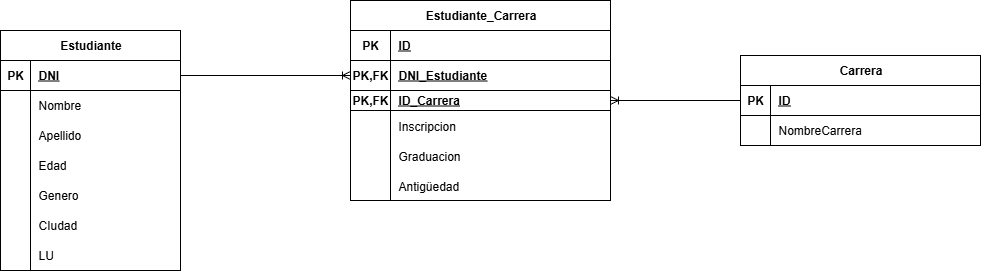
Above: Diagrama.png in neksst/PracticoJPA (draw.io), before the change. Source tidied: cells renumbered, new cells last; positions are measured from the earlier drawing's top-left corner, leaving out a move shared by most shapes.
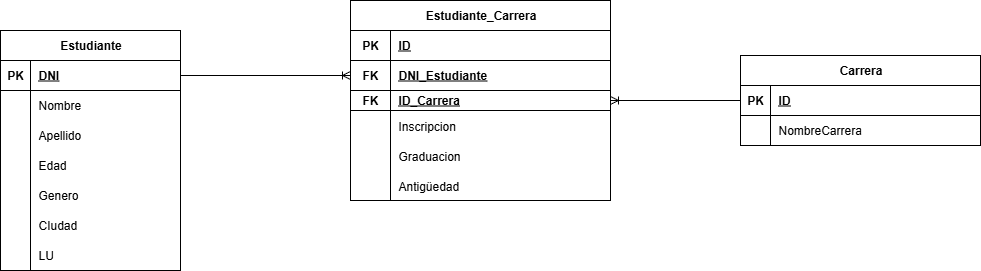
The same diagram one commit later.

The edit, as a diff of the source:
```diff
@@ -104,7 +104,7 @@
     <mxCell id="35" style="shape=tableRow;horizontal=0;startSize=0;swimlaneHead=0;swimlaneBody=0;fillColor=none;points=[[0,0.5],[1,0.5]];portConstraint=eastwest;top=0;left=0;right=0;bottom=1;" parent="31" vertex="1">
       <mxGeometry y="60" width="260" height="30" as="geometry" />
     </mxCell>
-    <mxCell id="36" value="PK,FK" style="shape=partialRectangle;fillColor=none;top=0;left=0;bottom=0;right=0;fontStyle=1;overflow=hidden;whiteSpace=wrap;html=1;" parent="35" vertex="1">
+    <mxCell id="36" value="FK" style="shape=partialRectangle;fillColor=none;top=0;left=0;bottom=0;right=0;fontStyle=1;overflow=hidden;whiteSpace=wrap;html=1;" parent="35" vertex="1">
       <mxGeometry width="40" height="30" as="geometry" />
     </mxCell>
     <mxCell id="37" value="DNI_Estudiante" style="shape=partialRectangle;fillColor=none;top=0;left=0;bottom=0;right=0;align=left;spacingLeft=6;fontStyle=5;overflow=hidden;whiteSpace=wrap;html=1;" parent="35" vertex="1">
@@ -113,7 +113,7 @@
     <mxCell id="38" style="shape=tableRow;horizontal=0;startSize=0;swimlaneHead=0;swimlaneBody=0;fillColor=none;points=[[0,0.5],[1,0.5]];portConstraint=eastwest;top=0;left=0;right=0;bottom=1;" parent="31" vertex="1">
       <mxGeometry y="90" width="260" height="20" as="geometry" />
     </mxCell>
-    <mxCell id="39" value="PK,FK" style="shape=partialRectangle;fillColor=none;top=0;left=0;bottom=0;right=0;fontStyle=1;overflow=hidden;whiteSpace=wrap;html=1;" parent="38" vertex="1">
+    <mxCell id="39" value="FK" style="shape=partialRectangle;fillColor=none;top=0;left=0;bottom=0;right=0;fontStyle=1;overflow=hidden;whiteSpace=wrap;html=1;" parent="38" vertex="1">
       <mxGeometry width="40" height="20" as="geometry" />
     </mxCell>
     <mxCell id="40" value="ID_Carrera" style="shape=partialRectangle;fillColor=none;top=0;left=0;bottom=0;right=0;align=left;spacingLeft=6;fontStyle=5;overflow=hidden;whiteSpace=wrap;html=1;" parent="38" vertex="1">
```
